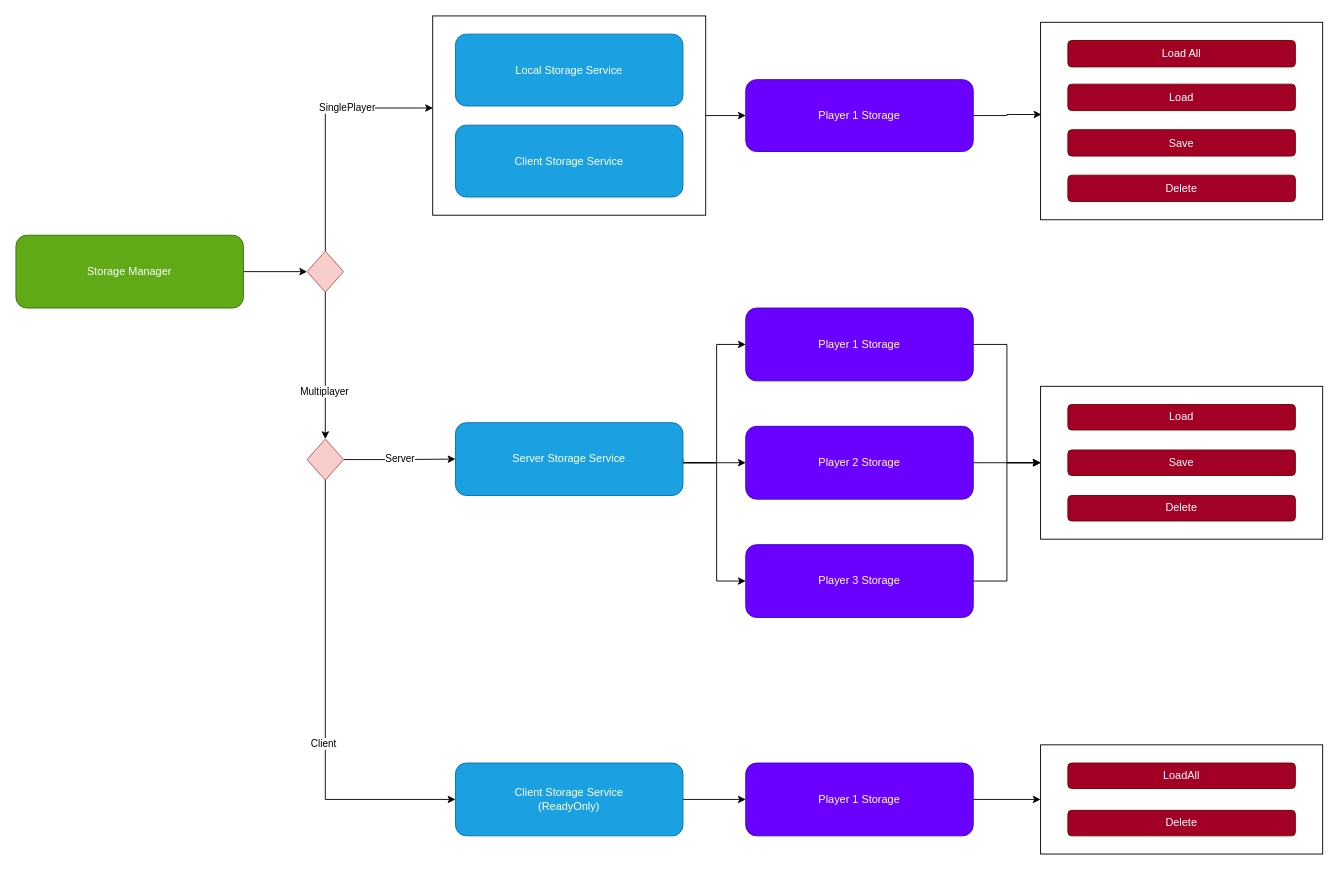
This is Diagrams/Storage.drawio from andrex903/OdenFlow, a draw.io file, before an edit. Source tidied: cells renumbered, new cells numbered last; positions are measured from the earlier drawing's top-left corner, leaving out a move shared by most shapes. Both pictures are drawn from the tidied source at 91%, with x=0, y=0 at pixel (15, 15).
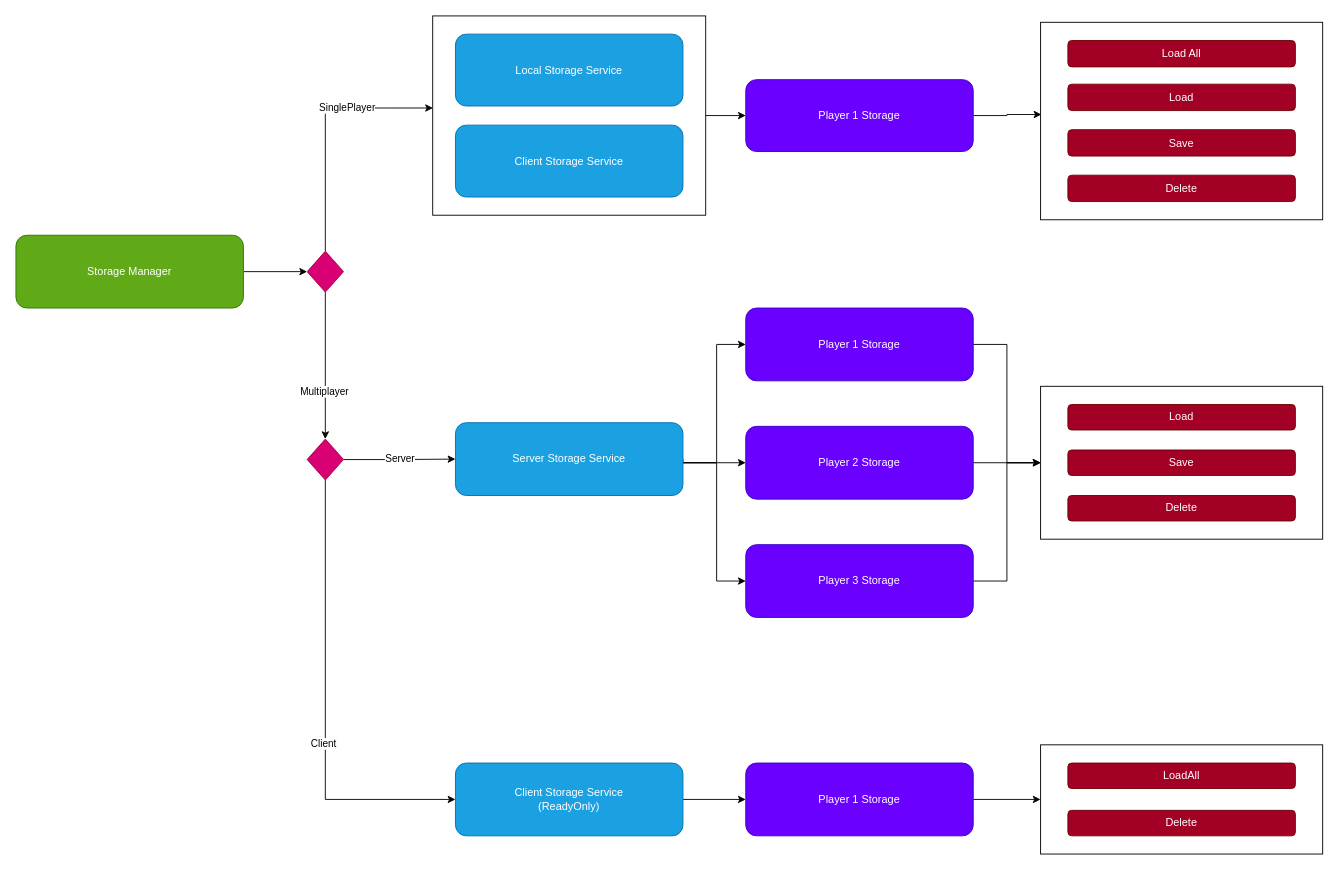
After the change.

Change to the diagram source:
```diff
@@
-    <mxCell id="26" style="rhombus;whiteSpace=wrap;html=1;fillColor=#f8cecc;strokeColor=#b85450;" parent="1" vertex="1">
+    <mxCell id="26" style="rhombus;whiteSpace=wrap;html=1;fillColor=#d80073;strokeColor=#A50040;fontColor=#ffffff;" parent="1" vertex="1">
       <mxGeometry x="320" y="465" width="40" height="45" as="geometry" />
     </mxCell>
@@
-    <mxCell id="42" style="rhombus;whiteSpace=wrap;html=1;fillColor=#f8cecc;strokeColor=#b85450;" parent="1" vertex="1">
+    <mxCell id="42" style="rhombus;whiteSpace=wrap;html=1;fillColor=#d80073;strokeColor=#A50040;fontColor=#ffffff;" parent="1" vertex="1">
       <mxGeometry x="320" y="258.5" width="40" height="45" as="geometry" />
     </mxCell>
```
